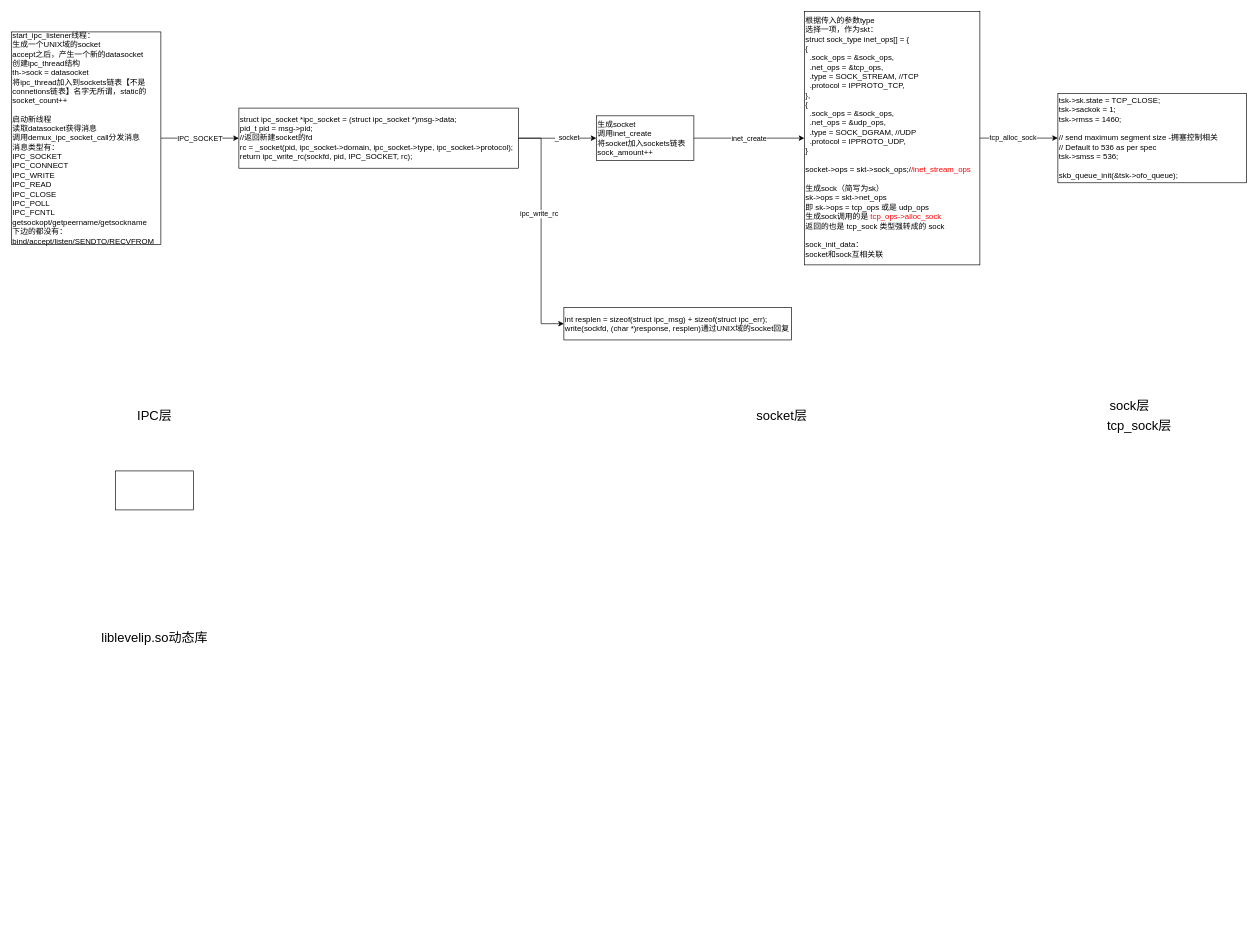
Before: levelip解读.drawio in WM-CH/draw-io-files, a draw.io diagram. Source tidied: cells renumbered, new cells numbered last; positions are measured from the earlier drawing's top-left corner, leaving out a move shared by most shapes. Both pictures are drawn from the tidied source at 65%, with x=0, y=0 at pixel (11, 11).
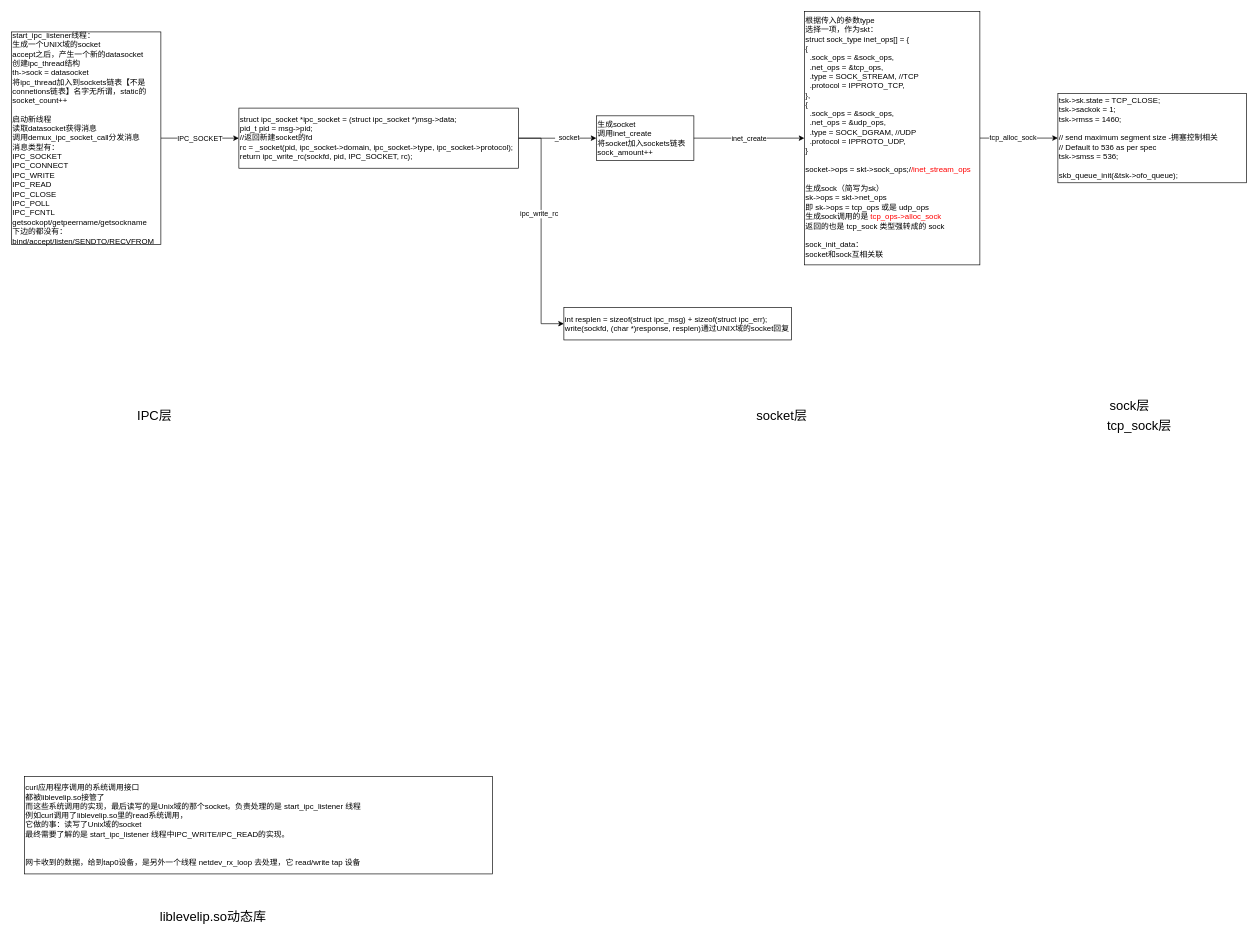
The same diagram, later.

The edit, as a diff of the source:
```diff
@@
     <mxCell id="22" value="liblevelip.so动态库" style="text;html=1;align=center;verticalAlign=middle;fontSize=20;" parent="1" vertex="1">
-      <mxGeometry x="130" y="947" width="180" height="30" as="geometry" />
+      <mxGeometry x="220" y="1377" width="180" height="30" as="geometry" />
     </mxCell>
-    <mxCell id="23" style="rounded=0;whiteSpace=wrap;html=1;" parent="1" vertex="1">
-      <mxGeometry x="160" y="707" width="120" height="60" as="geometry" />
+    <mxCell id="23" value="curl应用程序调用的系统调用接口&lt;br&gt;都被liblevelip.so接管了&lt;br&gt;而这些系统调用的实现，最后读写的是Unix域的那个socket。负责处理的是 start_ipc_listener 线程&lt;br&gt;例如curl调用了liblevelip.so里的read系统调用，&lt;br&gt;它做的事：读写了Unix域的socket&lt;br&gt;最终需要了解的是 start_ipc_listener 线程中IPC_WRITE/IPC_READ的实现。&lt;br&gt;&lt;br&gt;&lt;br&gt;网卡收到的数据，给到tap0设备，是另外一个线程 netdev_rx_loop 去处理，它 read/write tap 设备" style="rounded=0;whiteSpace=wrap;html=1;align=left;" parent="1" vertex="1">
+      <mxGeometry x="20" y="1177" width="720" height="150" as="geometry" />
     </mxCell>
```
